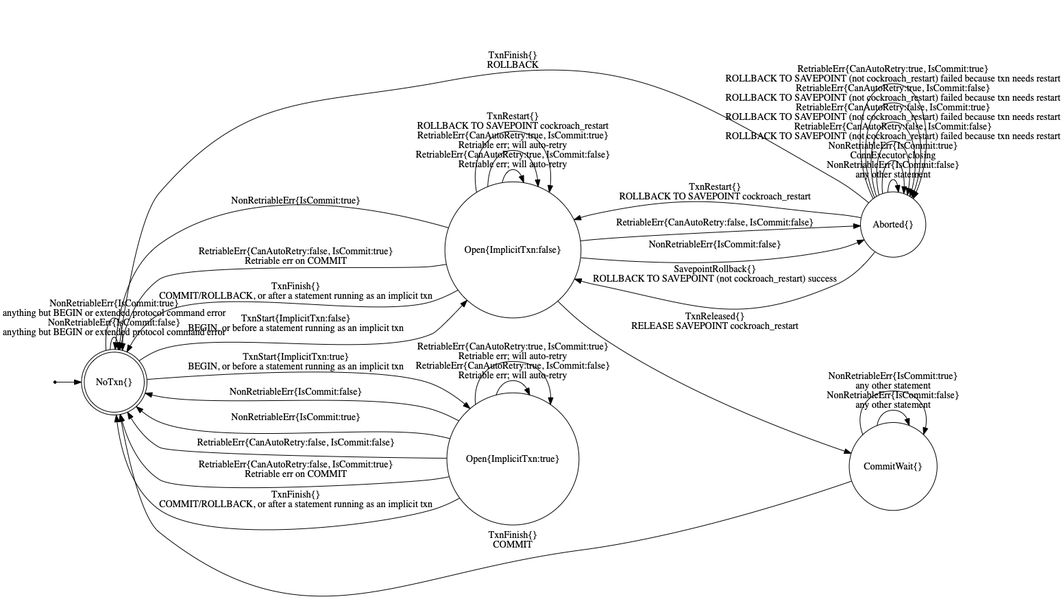
Above: pkg/sql/txnstatetransitions_diagram.png in cockroachdb/cockroach (Graphviz), before the change. Its source is kept beside it as pkg/sql/txnstatetransitions_diagram.gv.
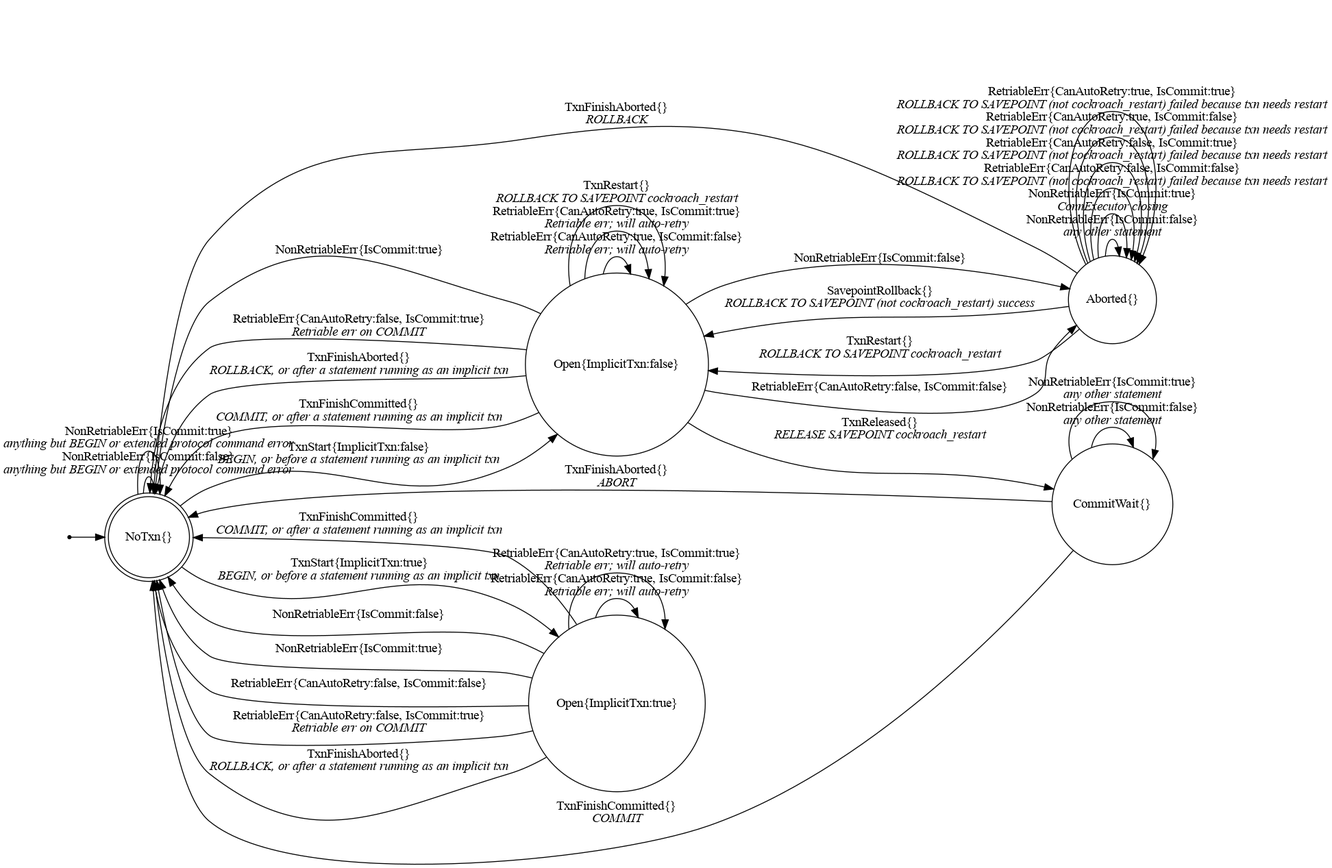
The same file after the commit.

Change to the diagram source:
```diff
@@ -14,11 +14,12 @@
 	"Aborted{}" -> "Aborted{}" [label = <RetriableErr{CanAutoRetry:true, IsCommit:false}<BR/><I>ROLLBACK TO SAVEPOINT (not cockroach_restart) failed because txn needs restart</I>>]
 	"Aborted{}" -> "Aborted{}" [label = <RetriableErr{CanAutoRetry:true, IsCommit:true}<BR/><I>ROLLBACK TO SAVEPOINT (not cockroach_restart) failed because txn needs restart</I>>]
 	"Aborted{}" -> "Open{ImplicitTxn:false}" [label = <SavepointRollback{}<BR/><I>ROLLBACK TO SAVEPOINT (not cockroach_restart) success</I>>]
-	"Aborted{}" -> "NoTxn{}" [label = <TxnFinish{}<BR/><I>ROLLBACK</I>>]
+	"Aborted{}" -> "NoTxn{}" [label = <TxnFinishAborted{}<BR/><I>ROLLBACK</I>>]
 	"Aborted{}" -> "Open{ImplicitTxn:false}" [label = <TxnRestart{}<BR/><I>ROLLBACK TO SAVEPOINT cockroach_restart</I>>]
 	"CommitWait{}" -> "CommitWait{}" [label = <NonRetriableErr{IsCommit:false}<BR/><I>any other statement</I>>]
 	"CommitWait{}" -> "CommitWait{}" [label = <NonRetriableErr{IsCommit:true}<BR/><I>any other statement</I>>]
-	"CommitWait{}" -> "NoTxn{}" [label = <TxnFinish{}<BR/><I>COMMIT</I>>]
+	"CommitWait{}" -> "NoTxn{}" [label = <TxnFinishAborted{}<BR/><I>ABORT</I>>]
+	"CommitWait{}" -> "NoTxn{}" [label = <TxnFinishCommitted{}<BR/><I>COMMIT</I>>]
 	"NoTxn{}" -> "NoTxn{}" [label = <NonRetriableErr{IsCommit:false}<BR/><I>anything but BEGIN or extended protocol command error</I>>]
 	"NoTxn{}" -> "NoTxn{}" [label = <NonRetriableErr{IsCommit:true}<BR/><I>anything but BEGIN or extended protocol command error</I>>]
 	"NoTxn{}" -> "Open{ImplicitTxn:false}" [label = <TxnStart{ImplicitTxn:false}<BR/><I>BEGIN, or before a statement running as an implicit txn</I>>]
@@ -29,7 +30,8 @@
 	"Open{ImplicitTxn:false}" -> "NoTxn{}" [label = <RetriableErr{CanAutoRetry:false, IsCommit:true}<BR/><I>Retriable err on COMMIT</I>>]
 	"Open{ImplicitTxn:false}" -> "Open{ImplicitTxn:false}" [label = <RetriableErr{CanAutoRetry:true, IsCommit:false}<BR/><I>Retriable err; will auto-retry</I>>]
 	"Open{ImplicitTxn:false}" -> "Open{ImplicitTxn:false}" [label = <RetriableErr{CanAutoRetry:true, IsCommit:true}<BR/><I>Retriable err; will auto-retry</I>>]
-	"Open{ImplicitTxn:false}" -> "NoTxn{}" [label = <TxnFinish{}<BR/><I>COMMIT/ROLLBACK, or after a statement running as an implicit txn</I>>]
+	"Open{ImplicitTxn:false}" -> "NoTxn{}" [label = <TxnFinishAborted{}<BR/><I>ROLLBACK, or after a statement running as an implicit txn</I>>]
+	"Open{ImplicitTxn:false}" -> "NoTxn{}" [label = <TxnFinishCommitted{}<BR/><I>COMMIT, or after a statement running as an implicit txn</I>>]
 	"Open{ImplicitTxn:false}" -> "CommitWait{}" [label = <TxnReleased{}<BR/><I>RELEASE SAVEPOINT cockroach_restart</I>>]
 	"Open{ImplicitTxn:false}" -> "Open{ImplicitTxn:false}" [label = <TxnRestart{}<BR/><I>ROLLBACK TO SAVEPOINT cockroach_restart</I>>]
 	"Open{ImplicitTxn:true}" -> "NoTxn{}" [label = "NonRetriableErr{IsCommit:false}"]
@@ -38,5 +40,6 @@
 	"Open{ImplicitTxn:true}" -> "NoTxn{}" [label = <RetriableErr{CanAutoRetry:false, IsCommit:true}<BR/><I>Retriable err on COMMIT</I>>]
 	"Open{ImplicitTxn:true}" -> "Open{ImplicitTxn:true}" [label = <RetriableErr{CanAutoRetry:true, IsCommit:false}<BR/><I>Retriable err; will auto-retry</I>>]
 	"Open{ImplicitTxn:true}" -> "Open{ImplicitTxn:true}" [label = <RetriableErr{CanAutoRetry:true, IsCommit:true}<BR/><I>Retriable err; will auto-retry</I>>]
-	"Open{ImplicitTxn:true}" -> "NoTxn{}" [label = <TxnFinish{}<BR/><I>COMMIT/ROLLBACK, or after a statement running as an implicit txn</I>>]
+	"Open{ImplicitTxn:true}" -> "NoTxn{}" [label = <TxnFinishAborted{}<BR/><I>ROLLBACK, or after a statement running as an implicit txn</I>>]
+	"Open{ImplicitTxn:true}" -> "NoTxn{}" [label = <TxnFinishCommitted{}<BR/><I>COMMIT, or after a statement running as an implicit txn</I>>]
 }
```
